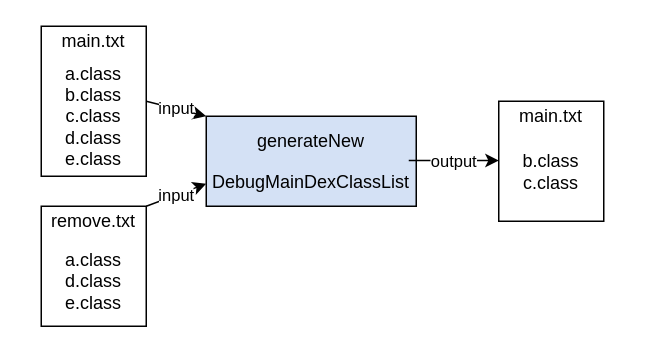
Above: page "Page-22" (22 of 24) of T9.drawio in shinecjj/UML (draw.io), before the change. Source tidied: cells renumbered, new cells numbered last; positions are measured from the earlier drawing's top-left corner, leaving out a move shared by most shapes. Both pictures are drawn from the tidied source at 150%, with x=0, y=0 at pixel (40, 26).
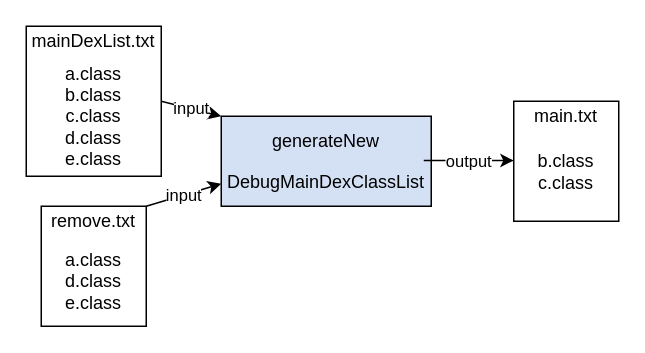
The same diagram, later.

The edit, as a diff of the source:
```diff
@@
 <mxGraphModel>
   <root>
     <mxCell id="0" />
     <mxCell id="1" parent="0" />
     <mxCell id="2" style="rounded=0;whiteSpace=wrap;html=1;strokeColor=#000000;fillColor=none;" parent="1" vertex="1">
-      <mxGeometry width="70" height="100" as="geometry" />
+      <mxGeometry x="-10" width="90" height="100" as="geometry" />
     </mxCell>
-    <mxCell id="3" value="main.txt" style="text;html=1;strokeColor=none;fillColor=none;align=center;verticalAlign=middle;whiteSpace=wrap;rounded=0;" parent="1" vertex="1">
+    <mxCell id="3" value="mainDexList.txt" style="text;html=1;strokeColor=none;fillColor=none;align=center;verticalAlign=middle;whiteSpace=wrap;rounded=0;" parent="1" vertex="1">
       <mxGeometry x="15" width="40" height="20" as="geometry" />
     </mxCell>
     <mxCell id="4" value="a.class&lt;br&gt;b.class&lt;br&gt;c.class&lt;br&gt;d.class&lt;br&gt;e.class" style="text;html=1;strokeColor=none;fillColor=none;align=center;verticalAlign=middle;whiteSpace=wrap;rounded=0;" parent="1" vertex="1">
       <mxGeometry x="15" y="50" width="40" height="20" as="geometry" />
     </mxCell>
     <mxCell id="5" style="rounded=0;whiteSpace=wrap;html=1;strokeColor=#000000;fillColor=none;" parent="1" vertex="1">
       <mxGeometry y="120" width="70" height="80" as="geometry" />
     </mxCell>
     <mxCell id="6" value="remove.txt" style="text;html=1;strokeColor=none;fillColor=none;align=center;verticalAlign=middle;whiteSpace=wrap;rounded=0;" parent="1" vertex="1">
       <mxGeometry x="15" y="120" width="40" height="20" as="geometry" />
     </mxCell>
     <mxCell id="7" value="a.class&lt;br&gt;d.class&lt;br&gt;e.class" style="text;html=1;strokeColor=none;fillColor=none;align=center;verticalAlign=middle;whiteSpace=wrap;rounded=0;" parent="1" vertex="1">
       <mxGeometry x="15" y="160" width="40" height="20" as="geometry" />
     </mxCell>
     <mxCell id="8" value="&lt;p&gt;generateNew&lt;/p&gt;&lt;p&gt;DebugMainDexClassList&lt;br&gt;&lt;/p&gt;" style="rounded=0;whiteSpace=wrap;html=1;strokeColor=#000000;fillColor=#D4E1F5;" parent="1" vertex="1">
-      <mxGeometry x="110" y="60" width="140" height="60" as="geometry" />
+      <mxGeometry x="120" y="60" width="140" height="60" as="geometry" />
     </mxCell>
     <mxCell id="9" value="input" style="endArrow=classic;html=1;fillColor=none;entryX=0;entryY=0;entryDx=0;entryDy=0;" parent="1" edge="1" target="8">
       <mxGeometry relative="1" as="geometry">
-        <mxPoint x="70" y="50" as="sourcePoint" />
+        <mxPoint x="80" y="50" as="sourcePoint" />
       </mxGeometry>
     </mxCell>
-    <mxCell id="10" value="input" style="endArrow=classic;html=1;fillColor=none;entryX=0;entryY=0.75;entryDx=0;entryDy=0;" parent="1" edge="1" target="8">
-      <mxGeometry relative="1" as="geometry">
-        <mxPoint x="70" y="120" as="sourcePoint" />
-      </mxGeometry>
+    <mxCell id="10" value="input" style="endArrow=classic;html=1;fillColor=none;entryX=0;entryY=0.75;entryDx=0;entryDy=0;exitX=1;exitY=0;exitDx=0;exitDy=0;" parent="1" edge="1" source="5" target="8">
+      <mxGeometry relative="1" as="geometry" />
     </mxCell>
     <mxCell id="11" value="&lt;br&gt;b.class&lt;br&gt;c.class" style="rounded=0;whiteSpace=wrap;html=1;strokeColor=#000000;fillColor=none;" parent="1" vertex="1">
-      <mxGeometry x="305" y="50" width="70" height="80" as="geometry" />
+      <mxGeometry x="315" y="50" width="70" height="80" as="geometry" />
     </mxCell>
     <mxCell id="12" value="main.txt" style="text;html=1;strokeColor=none;fillColor=none;align=center;verticalAlign=middle;whiteSpace=wrap;rounded=0;" parent="1" vertex="1">
-      <mxGeometry x="320" y="50" width="40" height="20" as="geometry" />
+      <mxGeometry x="330" y="50" width="40" height="20" as="geometry" />
     </mxCell>
     <mxCell id="13" value="output" style="endArrow=classic;html=1;fillColor=none;" parent="1" edge="1">
       <mxGeometry relative="1" as="geometry">
-        <mxPoint x="245" y="89.5" as="sourcePoint" />
-        <mxPoint x="305" y="89.5" as="targetPoint" />
+        <mxPoint x="255" y="89.5" as="sourcePoint" />
+        <mxPoint x="315" y="89.5" as="targetPoint" />
       </mxGeometry>
     </mxCell>
   </root>
 </mxGraphModel>
```
